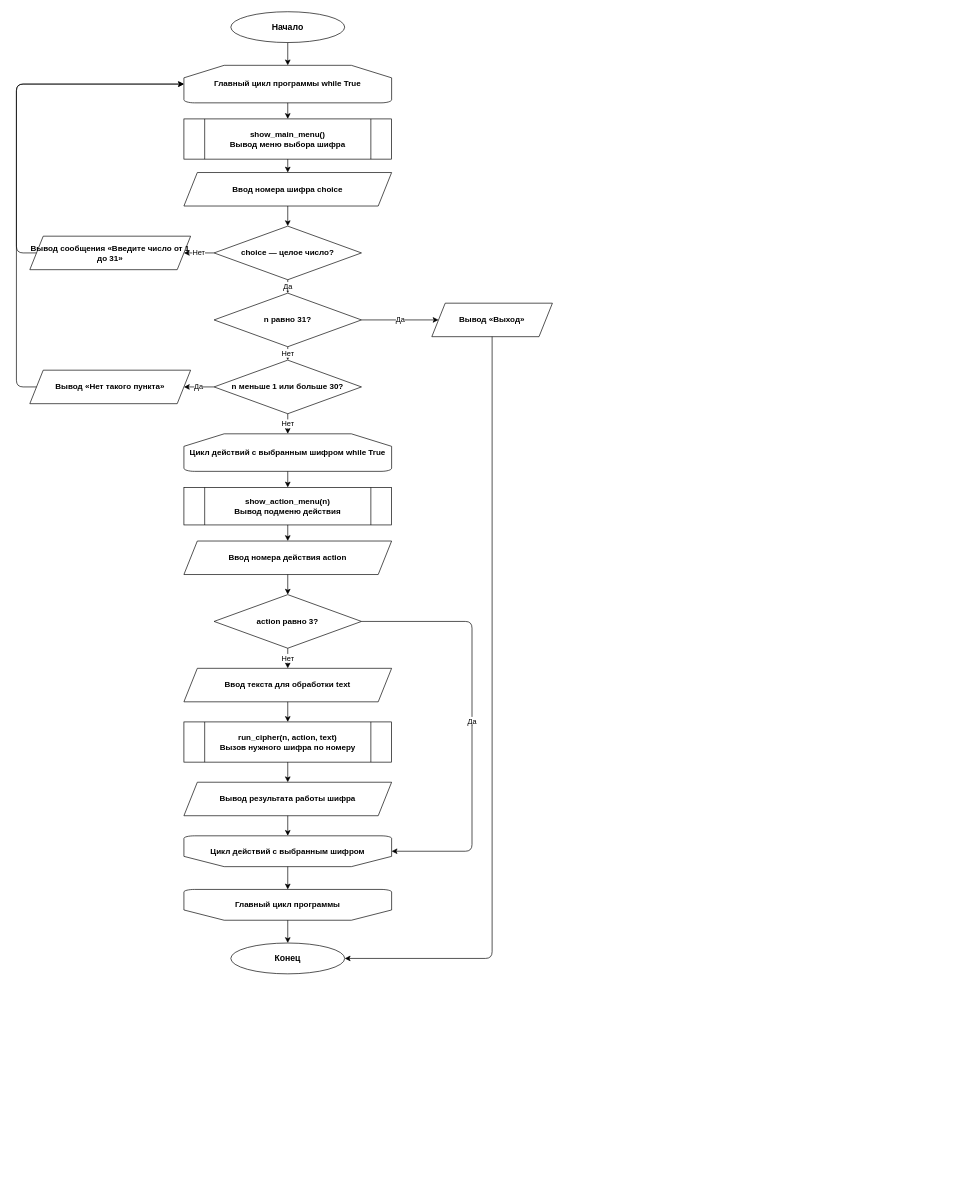
The draw.io diagram docs/main_interface.drawio in DashaandKsu/cryptography_2026_programm, before the edit. Source tidied: cells renumbered, new cells numbered last; positions are measured from the earlier drawing's top-left corner, leaving out a move shared by most shapes. Both pictures are drawn from the tidied source at 67%, with x=0, y=0 at pixel (16, 11).
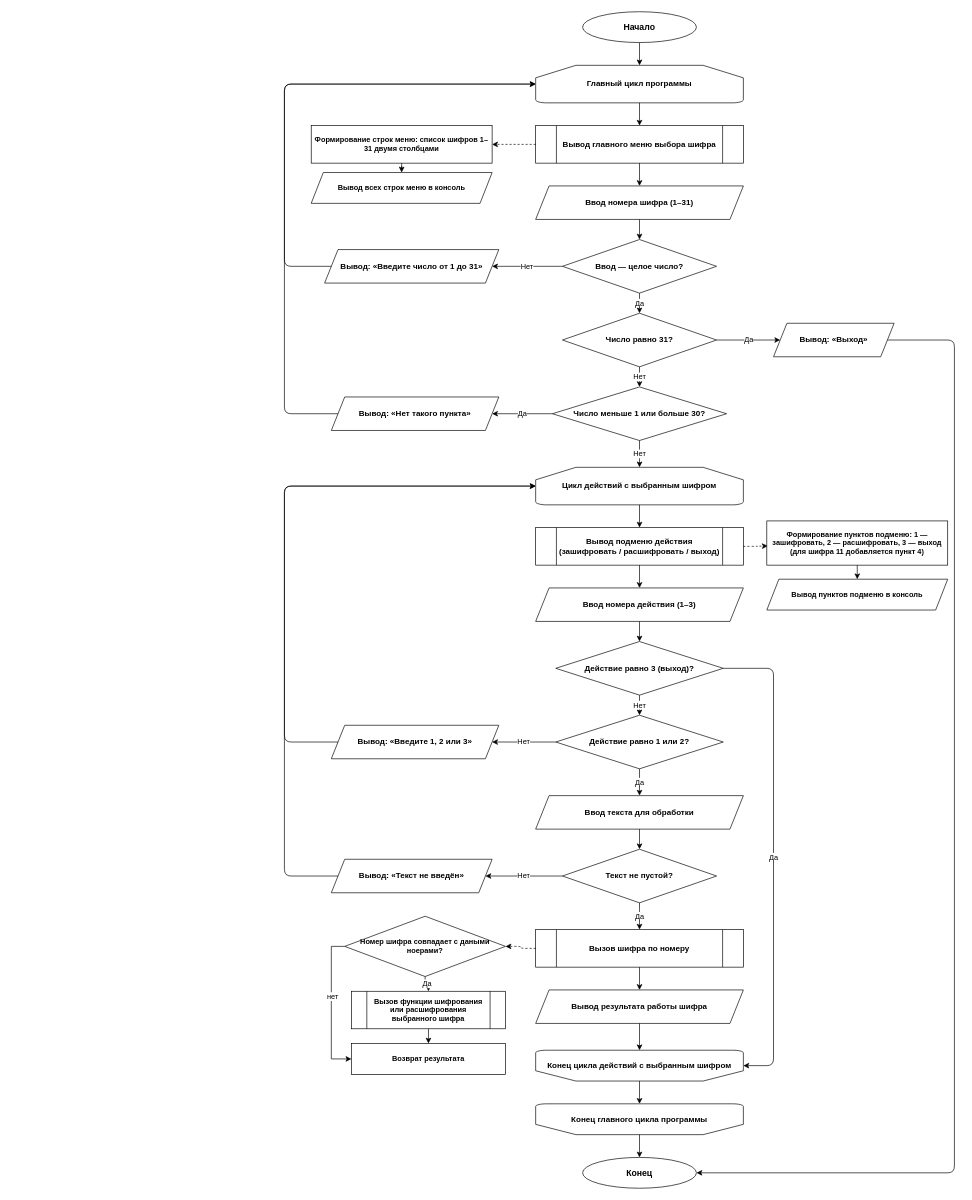
After the change.

The edit, as a diff of the source:
```diff
@@
     <mxCell id="2" value="Начало" style="ellipse;whiteSpace=wrap;html=1;fillColor=#ffffff;strokeColor=#000000;fontSize=13;fontStyle=1;verticalAlign=middle;" parent="1" vertex="1">
-      <mxGeometry x="320" width="170" height="46" as="geometry" />
+      <mxGeometry x="845" width="170" height="46" as="geometry" />
     </mxCell>
-    <mxCell id="3" value="Главный цикл программы while True" style="shape=mxgraph.flowchart.loop_limit;whiteSpace=wrap;html=1;fillColor=#ffffff;strokeColor=#000000;fontSize=12;fontStyle=1;" parent="1" vertex="1">
-      <mxGeometry x="250" y="80" width="310" height="56" as="geometry" />
+    <mxCell id="3" value="Главный цикл программы" style="shape=mxgraph.flowchart.loop_limit;whiteSpace=wrap;html=1;fillColor=#ffffff;strokeColor=#000000;fontSize=12;fontStyle=1;" parent="1" vertex="1">
+      <mxGeometry x="775" y="80" width="310" height="56" as="geometry" />
     </mxCell>
-    <mxCell id="4" value="show_main_menu()&#10;Вывод меню выбора шифра" style="shape=process;whiteSpace=wrap;html=1;backgroundOutline=1;fillColor=#ffffff;strokeColor=#000000;fontSize=12;fontStyle=1;" parent="1" vertex="1">
-      <mxGeometry x="250" y="160" width="310" height="60" as="geometry" />
+    <mxCell id="4" value="Вывод главного меню выбора шифра" style="shape=process;backgroundOutline=1;whiteSpace=wrap;html=1;fillColor=#ffffff;strokeColor=#000000;fontSize=12;fontStyle=1;" parent="1" vertex="1">
+      <mxGeometry x="775" y="170" width="310" height="56" as="geometry" />
     </mxCell>
-    <mxCell id="5" value="Ввод номера шифра choice" style="shape=parallelogram;perimeter=parallelogramPerimeter;whiteSpace=wrap;html=1;fixedSize=1;size=20;fillColor=#ffffff;strokeColor=#000000;fontSize=12;fontStyle=1;" parent="1" vertex="1">
-      <mxGeometry x="250" y="240" width="310" height="50" as="geometry" />
+    <mxCell id="5" value="Ввод номера шифра (1–31)" style="shape=parallelogram;perimeter=parallelogramPerimeter;whiteSpace=wrap;html=1;fixedSize=1;size=20;fillColor=#ffffff;strokeColor=#000000;fontSize=12;fontStyle=1;" parent="1" vertex="1">
+      <mxGeometry x="775" y="260" width="310" height="50" as="geometry" />
     </mxCell>
-    <mxCell id="6" value="choice — целое число?" style="rhombus;whiteSpace=wrap;html=1;fillColor=#ffffff;strokeColor=#000000;fontSize=12;fontStyle=1;" parent="1" vertex="1">
-      <mxGeometry x="295" y="320" width="220" height="80" as="geometry" />
+    <mxCell id="6" value="Ввод — целое число?" style="rhombus;whiteSpace=wrap;html=1;fillColor=#ffffff;strokeColor=#000000;fontSize=12;fontStyle=1;" parent="1" vertex="1">
+      <mxGeometry x="815" y="340" width="230" height="80" as="geometry" />
     </mxCell>
-    <mxCell id="7" value="Вывод сообщения «Введите число от 1 до 31»" style="shape=parallelogram;perimeter=parallelogramPerimeter;whiteSpace=wrap;html=1;fixedSize=1;size=20;fillColor=#ffffff;strokeColor=#000000;fontSize=12;fontStyle=1;" parent="1" vertex="1">
-      <mxGeometry x="20" y="335" width="240" height="50" as="geometry" />
+    <mxCell id="7" value="Вывод: «Введите число от 1 до 31»" style="shape=parallelogram;perimeter=parallelogramPerimeter;whiteSpace=wrap;html=1;fixedSize=1;size=20;fillColor=#ffffff;strokeColor=#000000;fontSize=12;fontStyle=1;" parent="1" vertex="1">
+      <mxGeometry x="460" y="355" width="260" height="50" as="geometry" />
     </mxCell>
-    <mxCell id="8" value="n равно 31?" style="rhombus;whiteSpace=wrap;html=1;fillColor=#ffffff;strokeColor=#000000;fontSize=12;fontStyle=1;" parent="1" vertex="1">
-      <mxGeometry x="295" y="420" width="220" height="80" as="geometry" />
+    <mxCell id="8" value="Число равно 31?" style="rhombus;whiteSpace=wrap;html=1;fillColor=#ffffff;strokeColor=#000000;fontSize=12;fontStyle=1;" parent="1" vertex="1">
+      <mxGeometry x="815" y="450" width="230" height="80" as="geometry" />
     </mxCell>
-    <mxCell id="9" value="Вывод «Выход»" style="shape=parallelogram;perimeter=parallelogramPerimeter;whiteSpace=wrap;html=1;fixedSize=1;size=20;fillColor=#ffffff;strokeColor=#000000;fontSize=12;fontStyle=1;" parent="1" vertex="1">
-      <mxGeometry x="620" y="435" width="180" height="50" as="geometry" />
+    <mxCell id="9" value="Вывод: «Выход»" style="shape=parallelogram;perimeter=parallelogramPerimeter;whiteSpace=wrap;html=1;fixedSize=1;size=20;fillColor=#ffffff;strokeColor=#000000;fontSize=12;fontStyle=1;" parent="1" vertex="1">
+      <mxGeometry x="1130" y="465" width="180" height="50" as="geometry" />
     </mxCell>
-    <mxCell id="10" value="n меньше 1 или больше 30?" style="rhombus;whiteSpace=wrap;html=1;fillColor=#ffffff;strokeColor=#000000;fontSize=12;fontStyle=1;" parent="1" vertex="1">
-      <mxGeometry x="295" y="520" width="220" height="80" as="geometry" />
+    <mxCell id="10" value="Число меньше 1 или больше 30?" style="rhombus;whiteSpace=wrap;html=1;fillColor=#ffffff;strokeColor=#000000;fontSize=12;fontStyle=1;" parent="1" vertex="1">
+      <mxGeometry x="800" y="560" width="260" height="80" as="geometry" />
     </mxCell>
-    <mxCell id="11" value="Вывод «Нет такого пункта»" style="shape=parallelogram;perimeter=parallelogramPerimeter;whiteSpace=wrap;html=1;fixedSize=1;size=20;fillColor=#ffffff;strokeColor=#000000;fontSize=12;fontStyle=1;" parent="1" vertex="1">
-      <mxGeometry x="20" y="535" width="240" height="50" as="geometry" />
+    <mxCell id="11" value="Вывод: «Нет такого пункта»" style="shape=parallelogram;perimeter=parallelogramPerimeter;whiteSpace=wrap;html=1;fixedSize=1;size=20;fillColor=#ffffff;strokeColor=#000000;fontSize=12;fontStyle=1;" parent="1" vertex="1">
+      <mxGeometry x="470" y="575" width="250" height="50" as="geometry" />
     </mxCell>
-    <mxCell id="12" value="Цикл действий с выбранным шифром while True" style="shape=mxgraph.flowchart.loop_limit;whiteSpace=wrap;html=1;fillColor=#ffffff;strokeColor=#000000;fontSize=12;fontStyle=1;" parent="1" vertex="1">
-      <mxGeometry x="250" y="630" width="310" height="56" as="geometry" />
+    <mxCell id="12" value="Цикл действий с выбранным шифром" style="shape=mxgraph.flowchart.loop_limit;whiteSpace=wrap;html=1;fillColor=#ffffff;strokeColor=#000000;fontSize=12;fontStyle=1;" parent="1" vertex="1">
+      <mxGeometry x="775" y="680" width="310" height="56" as="geometry" />
     </mxCell>
-    <mxCell id="13" value="show_action_menu(n)&#10;Вывод подменю действия" style="shape=process;whiteSpace=wrap;html=1;backgroundOutline=1;fillColor=#ffffff;strokeColor=#000000;fontSize=12;fontStyle=1;" parent="1" vertex="1">
-      <mxGeometry x="250" y="710" width="310" height="56" as="geometry" />
+    <mxCell id="13" value="Вывод подменю действия (зашифровать / расшифровать / выход)" style="shape=process;backgroundOutline=1;whiteSpace=wrap;html=1;fillColor=#ffffff;strokeColor=#000000;fontSize=12;fontStyle=1;" parent="1" vertex="1">
+      <mxGeometry x="775" y="770" width="310" height="56" as="geometry" />
     </mxCell>
-    <mxCell id="14" value="Ввод номера действия action" style="shape=parallelogram;perimeter=parallelogramPerimeter;whiteSpace=wrap;html=1;fixedSize=1;size=20;fillColor=#ffffff;strokeColor=#000000;fontSize=12;fontStyle=1;" parent="1" vertex="1">
-      <mxGeometry x="250" y="790" width="310" height="50" as="geometry" />
+    <mxCell id="14" value="Ввод номера действия (1–3)" style="shape=parallelogram;perimeter=parallelogramPerimeter;whiteSpace=wrap;html=1;fixedSize=1;size=20;fillColor=#ffffff;strokeColor=#000000;fontSize=12;fontStyle=1;" parent="1" vertex="1">
+      <mxGeometry x="775" y="860" width="310" height="50" as="geometry" />
     </mxCell>
-    <mxCell id="15" value="action равно 3?" style="rhombus;whiteSpace=wrap;html=1;fillColor=#ffffff;strokeColor=#000000;fontSize=12;fontStyle=1;" parent="1" vertex="1">
-      <mxGeometry x="295" y="870" width="220" height="80" as="geometry" />
+    <mxCell id="15" value="Действие равно 3 (выход)?" style="rhombus;whiteSpace=wrap;html=1;fillColor=#ffffff;strokeColor=#000000;fontSize=12;fontStyle=1;" parent="1" vertex="1">
+      <mxGeometry x="805" y="940" width="250" height="80" as="geometry" />
     </mxCell>
+    <mxCell id="45" value="Действие равно 1 или 2?" style="rhombus;whiteSpace=wrap;html=1;fillColor=#ffffff;strokeColor=#000000;fontSize=12;fontStyle=1;" parent="1" vertex="1">
+      <mxGeometry x="805" y="1050" width="250" height="80" as="geometry" />
+    </mxCell>
+    <mxCell id="46" value="Вывод: «Введите 1, 2 или 3»" style="shape=parallelogram;perimeter=parallelogramPerimeter;whiteSpace=wrap;html=1;fixedSize=1;size=20;fillColor=#ffffff;strokeColor=#000000;fontSize=12;fontStyle=1;" parent="1" vertex="1">
+      <mxGeometry x="470" y="1065" width="250" height="50" as="geometry" />
+    </mxCell>
-    <mxCell id="16" value="Ввод текста для обработки text" style="shape=parallelogram;perimeter=parallelogramPerimeter;whiteSpace=wrap;html=1;fixedSize=1;size=20;fillColor=#ffffff;strokeColor=#000000;fontSize=12;fontStyle=1;" parent="1" vertex="1">
-      <mxGeometry x="250" y="980" width="310" height="50" as="geometry" />
+    <mxCell id="16" value="Ввод текста для обработки" style="shape=parallelogram;perimeter=parallelogramPerimeter;whiteSpace=wrap;html=1;fixedSize=1;size=20;fillColor=#ffffff;strokeColor=#000000;fontSize=12;fontStyle=1;" parent="1" vertex="1">
+      <mxGeometry x="775" y="1170" width="310" height="50" as="geometry" />
     </mxCell>
+    <mxCell id="47" value="Текст не пустой?" style="rhombus;whiteSpace=wrap;html=1;fillColor=#ffffff;strokeColor=#000000;fontSize=12;fontStyle=1;" parent="1" vertex="1">
+      <mxGeometry x="815" y="1250" width="230" height="80" as="geometry" />
+    </mxCell>
+    <mxCell id="48" value="Вывод: «Текст не введён»" style="shape=parallelogram;perimeter=parallelogramPerimeter;whiteSpace=wrap;html=1;fixedSize=1;size=20;fillColor=#ffffff;strokeColor=#000000;fontSize=12;fontStyle=1;" parent="1" vertex="1">
+      <mxGeometry x="470" y="1265" width="240" height="50" as="geometry" />
+    </mxCell>
-    <mxCell id="17" value="run_cipher(n, action, text)&#10;Вызов нужного шифра по номеру" style="shape=process;whiteSpace=wrap;html=1;backgroundOutline=1;fillColor=#ffffff;strokeColor=#000000;fontSize=12;fontStyle=1;" parent="1" vertex="1">
-      <mxGeometry x="250" y="1060" width="310" height="60" as="geometry" />
+    <mxCell id="17" value="Вызов шифра по номеру" style="shape=process;backgroundOutline=1;whiteSpace=wrap;html=1;fillColor=#ffffff;strokeColor=#000000;fontSize=12;fontStyle=1;" parent="1" vertex="1">
+      <mxGeometry x="775" y="1370" width="310" height="56" as="geometry" />
     </mxCell>
     <mxCell id="18" value="Вывод результата работы шифра" style="shape=parallelogram;perimeter=parallelogramPerimeter;whiteSpace=wrap;html=1;fixedSize=1;size=20;fillColor=#ffffff;strokeColor=#000000;fontSize=12;fontStyle=1;" parent="1" vertex="1">
-      <mxGeometry x="250" y="1150" width="310" height="50" as="geometry" />
+      <mxGeometry x="775" y="1460" width="310" height="50" as="geometry" />
     </mxCell>
-    <mxCell id="19" value="Цикл действий с выбранным шифром" style="shape=mxgraph.flowchart.loop_limit;whiteSpace=wrap;html=1;fillColor=#ffffff;strokeColor=#000000;fontSize=12;fontStyle=1;flipV=1;" parent="1" vertex="1">
-      <mxGeometry x="250" y="1230" width="310" height="46" as="geometry" />
+    <mxCell id="19" value="Конец цикла действий с выбранным шифром" style="shape=mxgraph.flowchart.loop_limit;flipV=1;whiteSpace=wrap;html=1;fillColor=#ffffff;strokeColor=#000000;fontSize=12;fontStyle=1;" parent="1" vertex="1">
+      <mxGeometry x="775" y="1550" width="310" height="46" as="geometry" />
     </mxCell>
-    <mxCell id="20" value="Главный цикл программы" style="shape=mxgraph.flowchart.loop_limit;whiteSpace=wrap;html=1;fillColor=#ffffff;strokeColor=#000000;fontSize=12;fontStyle=1;flipV=1;" parent="1" vertex="1">
-      <mxGeometry x="250" y="1310" width="310" height="46" as="geometry" />
+    <mxCell id="20" value="Конец главного цикла программы" style="shape=mxgraph.flowchart.loop_limit;flipV=1;whiteSpace=wrap;html=1;fillColor=#ffffff;strokeColor=#000000;fontSize=12;fontStyle=1;" parent="1" vertex="1">
+      <mxGeometry x="775" y="1630" width="310" height="46" as="geometry" />
     </mxCell>
     <mxCell id="21" value="Конец" style="ellipse;whiteSpace=wrap;html=1;fillColor=#ffffff;strokeColor=#000000;fontSize=13;fontStyle=1;verticalAlign=middle;" parent="1" vertex="1">
-      <mxGeometry x="320" y="1390" width="170" height="46" as="geometry" />
+      <mxGeometry x="845" y="1710" width="170" height="46" as="geometry" />
     </mxCell>
@@
+    <mxCell id="28" style="edgeStyle=orthogonalEdgeStyle;html=1;endArrow=classic;exitX=0;exitY=0.5;exitDx=0;exitDy=0;entryX=0;entryY=0.5;entryDx=0;entryDy=0;" parent="1" edge="1" source="7" target="3">
+      <mxGeometry relative="1" as="geometry">
+        <Array as="points">
+          <mxPoint x="400" y="380" />
+          <mxPoint x="400" y="108" />
+        </Array>
+      </mxGeometry>
+    </mxCell>
@@
-    <mxCell id="28" style="edgeStyle=orthogonalEdgeStyle;html=1;endArrow=classic;exitX=0;exitY=0.5;exitDx=0;exitDy=0;entryX=0;entryY=0.5;entryDx=0;entryDy=0;" parent="1" edge="1" source="7" target="3">
-      <mxGeometry relative="1" as="geometry">
-        <Array as="points">
-          <mxPoint y="360" />
-          <mxPoint y="108" />
-        </Array>
-      </mxGeometry>
-    </mxCell>
@@
+    <mxCell id="31" style="edgeStyle=orthogonalEdgeStyle;html=1;endArrow=classic;exitX=1;exitY=0.5;exitDx=0;exitDy=0;entryX=1;entryY=0.5;entryDx=0;entryDy=0;" parent="1" edge="1" source="9" target="21">
+      <mxGeometry relative="1" as="geometry">
+        <Array as="points">
+          <mxPoint x="1400" y="490" />
+          <mxPoint x="1400" y="1733" />
+        </Array>
+      </mxGeometry>
+    </mxCell>
@@
-    <mxCell id="31" style="edgeStyle=orthogonalEdgeStyle;html=1;endArrow=classic;entryX=1;entryY=0.5;entryDx=0;entryDy=0;" parent="1" edge="1" source="9" target="21">
-      <mxGeometry relative="1" as="geometry">
-        <Array as="points">
-          <mxPoint x="710" y="1413" />
-        </Array>
-      </mxGeometry>
-    </mxCell>
@@
+    <mxCell id="34" style="edgeStyle=orthogonalEdgeStyle;html=1;endArrow=classic;exitX=0;exitY=0.5;exitDx=0;exitDy=0;entryX=0;entryY=0.5;entryDx=0;entryDy=0;" parent="1" edge="1" source="11" target="3">
+      <mxGeometry relative="1" as="geometry">
+        <Array as="points">
+          <mxPoint x="400" y="600" />
+          <mxPoint x="400" y="108" />
+        </Array>
+      </mxGeometry>
+    </mxCell>
@@
-    <mxCell id="34" style="edgeStyle=orthogonalEdgeStyle;html=1;endArrow=classic;exitX=0;exitY=0.5;exitDx=0;exitDy=0;entryX=0;entryY=0.5;entryDx=0;entryDy=0;" parent="1" edge="1" source="11" target="3">
-      <mxGeometry relative="1" as="geometry">
-        <Array as="points">
-          <mxPoint y="560" />
-          <mxPoint y="108" />
-        </Array>
-      </mxGeometry>
-    </mxCell>
@@
     <mxCell id="38" value="Да" style="edgeStyle=orthogonalEdgeStyle;html=1;endArrow=classic;exitX=1;exitY=0.5;exitDx=0;exitDy=0;entryX=1;entryY=0.5;entryDx=0;entryDy=0;" parent="1" edge="1" source="15" target="19">
       <mxGeometry relative="1" as="geometry">
         <Array as="points">
-          <mxPoint x="680" y="910" />
-          <mxPoint x="680" y="1253" />
+          <mxPoint x="1130" y="980" />
+          <mxPoint x="1130" y="1573" />
         </Array>
       </mxGeometry>
     </mxCell>
-    <mxCell id="39" value="Нет" style="edgeStyle=orthogonalEdgeStyle;html=1;endArrow=classic;exitX=0.5;exitY=1;exitDx=0;exitDy=0;" parent="1" edge="1" source="15" target="16">
+    <mxCell id="39" value="Нет" style="edgeStyle=orthogonalEdgeStyle;html=1;endArrow=classic;exitX=0.5;exitY=1;exitDx=0;exitDy=0;" parent="1" edge="1" source="15" target="45">
       <mxGeometry relative="1" as="geometry" />
     </mxCell>
+    <mxCell id="49" value="Нет" style="edgeStyle=orthogonalEdgeStyle;html=1;endArrow=classic;exitX=0;exitY=0.5;exitDx=0;exitDy=0;entryX=1;entryY=0.5;entryDx=0;entryDy=0;" parent="1" edge="1" source="45" target="46">
+      <mxGeometry relative="1" as="geometry" />
+    </mxCell>
+    <mxCell id="50" style="edgeStyle=orthogonalEdgeStyle;html=1;endArrow=classic;exitX=0;exitY=0.5;exitDx=0;exitDy=0;entryX=0;entryY=0.5;entryDx=0;entryDy=0;" parent="1" edge="1" source="46" target="12">
+      <mxGeometry relative="1" as="geometry">
+        <Array as="points">
+          <mxPoint x="400" y="1090" />
+          <mxPoint x="400" y="708" />
+        </Array>
+      </mxGeometry>
+    </mxCell>
+    <mxCell id="51" value="Да" style="edgeStyle=orthogonalEdgeStyle;html=1;endArrow=classic;exitX=0.5;exitY=1;exitDx=0;exitDy=0;" parent="1" edge="1" source="45" target="16">
+      <mxGeometry relative="1" as="geometry" />
+    </mxCell>
-    <mxCell id="40" style="edgeStyle=orthogonalEdgeStyle;html=1;endArrow=classic;" parent="1" edge="1" source="16" target="17">
+    <mxCell id="40" style="edgeStyle=orthogonalEdgeStyle;html=1;endArrow=classic;" parent="1" edge="1" source="16" target="47">
       <mxGeometry relative="1" as="geometry" />
     </mxCell>
+    <mxCell id="52" value="Нет" style="edgeStyle=orthogonalEdgeStyle;html=1;endArrow=classic;exitX=0;exitY=0.5;exitDx=0;exitDy=0;entryX=1;entryY=0.5;entryDx=0;entryDy=0;" parent="1" edge="1" source="47" target="48">
+      <mxGeometry relative="1" as="geometry" />
+    </mxCell>
+    <mxCell id="53" style="edgeStyle=orthogonalEdgeStyle;html=1;endArrow=classic;exitX=0;exitY=0.5;exitDx=0;exitDy=0;entryX=0;entryY=0.5;entryDx=0;entryDy=0;" parent="1" edge="1" source="48" target="12">
+      <mxGeometry relative="1" as="geometry">
+        <Array as="points">
+          <mxPoint x="400" y="1290" />
+          <mxPoint x="400" y="708" />
+        </Array>
+      </mxGeometry>
+    </mxCell>
+    <mxCell id="54" value="Да" style="edgeStyle=orthogonalEdgeStyle;html=1;endArrow=classic;exitX=0.5;exitY=1;exitDx=0;exitDy=0;" parent="1" edge="1" source="47" target="17">
+      <mxGeometry relative="1" as="geometry">
+        <Array as="points">
+          <mxPoint x="930" y="1350" />
+          <mxPoint x="930" y="1370" />
+        </Array>
+      </mxGeometry>
+    </mxCell>
@@
+    <mxCell id="55" style="edgeStyle=orthogonalEdgeStyle;html=1;endArrow=classic;dashed=1;exitX=0;exitY=0.5;exitDx=0;exitDy=0;entryX=1;entryY=0.5;entryDx=0;entryDy=0;" parent="1" edge="1" source="4" target="56">
+      <mxGeometry relative="1" as="geometry" />
+    </mxCell>
+    <mxCell id="56" value="Формирование строк меню: список шифров 1–31 двумя столбцами" style="rounded=0;whiteSpace=wrap;html=1;fillColor=#ffffff;strokeColor=#000000;fontSize=11;fontStyle=1;" parent="1" vertex="1">
+      <mxGeometry x="440" y="170" width="270" height="56" as="geometry" />
+    </mxCell>
+    <mxCell id="57" value="Вывод всех строк меню в консоль" style="shape=parallelogram;perimeter=parallelogramPerimeter;whiteSpace=wrap;html=1;fixedSize=1;size=18;fillColor=#ffffff;strokeColor=#000000;fontSize=11;fontStyle=1;" parent="1" vertex="1">
+      <mxGeometry x="440" y="240" width="270" height="46" as="geometry" />
+    </mxCell>
+    <mxCell id="58" style="edgeStyle=orthogonalEdgeStyle;html=1;endArrow=classic;" parent="1" edge="1" source="56" target="57">
+      <mxGeometry relative="1" as="geometry" />
+    </mxCell>
+    <mxCell id="59" style="edgeStyle=orthogonalEdgeStyle;html=1;endArrow=classic;dashed=1;exitX=1;exitY=0.5;exitDx=0;exitDy=0;entryX=0.005;entryY=0.565;entryDx=0;entryDy=0;entryPerimeter=0;" parent="1" edge="1" source="13" target="60">
+      <mxGeometry relative="1" as="geometry" />
+    </mxCell>
+    <mxCell id="60" value="Формирование пунктов подменю: 1 — зашифровать, 2 — расшифровать, 3 — выход (для шифра 11 добавляется пункт 4)" style="rounded=0;whiteSpace=wrap;html=1;fillColor=#ffffff;strokeColor=#000000;fontSize=11;fontStyle=1;" parent="1" vertex="1">
+      <mxGeometry x="1120" y="760" width="270" height="66" as="geometry" />
+    </mxCell>
+    <mxCell id="61" value="Вывод пунктов подменю в консоль" style="shape=parallelogram;perimeter=parallelogramPerimeter;whiteSpace=wrap;html=1;fixedSize=1;size=18;fillColor=#ffffff;strokeColor=#000000;fontSize=11;fontStyle=1;" parent="1" vertex="1">
+      <mxGeometry x="1120" y="847" width="270" height="46" as="geometry" />
+    </mxCell>
+    <mxCell id="62" style="edgeStyle=orthogonalEdgeStyle;html=1;endArrow=classic;" parent="1" edge="1" source="60" target="61">
+      <mxGeometry relative="1" as="geometry" />
+    </mxCell>
+    <mxCell id="63" style="edgeStyle=orthogonalEdgeStyle;html=1;endArrow=classic;dashed=1;exitX=0;exitY=0.5;exitDx=0;exitDy=0;entryX=1;entryY=0.5;entryDx=0;entryDy=0;" parent="1" edge="1" source="17" target="66">
+      <mxGeometry relative="1" as="geometry" />
+    </mxCell>
+    <mxCell id="64" style="edgeStyle=orthogonalEdgeStyle;rounded=0;jettySize=auto;html=1;entryX=0;entryY=0.5;entryDx=0;entryDy=0;exitX=0;exitY=0.5;exitDx=0;exitDy=0;" parent="1" edge="1" source="66" target="68">
+      <mxGeometry relative="1" as="geometry">
+        <Array as="points">
+          <mxPoint x="470" y="1395" />
+          <mxPoint x="470" y="1563" />
+        </Array>
+      </mxGeometry>
+    </mxCell>
+    <mxCell id="65" value="нет" style="edgeLabel;html=1;align=center;verticalAlign=middle;" parent="64" vertex="1">
+      <mxGeometry x="-0.14" y="1" relative="1" as="geometry" />
+    </mxCell>
+    <mxCell id="66" value="Номер шифра совпадает с даными ноерами?" style="rhombus;whiteSpace=wrap;html=1;fillColor=#ffffff;strokeColor=#000000;fontSize=11;fontStyle=1;" parent="1" vertex="1">
+      <mxGeometry x="490" y="1350" width="240" height="90" as="geometry" />
+    </mxCell>
+    <mxCell id="67" value="Вызов функции шифрования или расшифрования выбранного шифра" style="shape=process;backgroundOutline=1;whiteSpace=wrap;html=1;fillColor=#ffffff;strokeColor=#000000;fontSize=11;fontStyle=1;" parent="1" vertex="1">
+      <mxGeometry x="500" y="1462" width="230" height="56" as="geometry" />
+    </mxCell>
+    <mxCell id="68" value="Возврат результата" style="rounded=0;whiteSpace=wrap;html=1;fillColor=#ffffff;strokeColor=#000000;fontSize=11;fontStyle=1;" parent="1" vertex="1">
+      <mxGeometry x="500" y="1540" width="230" height="46" as="geometry" />
+    </mxCell>
+    <mxCell id="69" value="Да" style="edgeStyle=orthogonalEdgeStyle;html=1;endArrow=classic;exitX=0.5;exitY=1;exitDx=0;exitDy=0;" parent="1" edge="1" source="66" target="67">
+      <mxGeometry relative="1" as="geometry" />
+    </mxCell>
+    <mxCell id="70" style="edgeStyle=orthogonalEdgeStyle;html=1;endArrow=classic;" parent="1" edge="1" source="67" target="68">
+      <mxGeometry relative="1" as="geometry" />
+    </mxCell>
```
